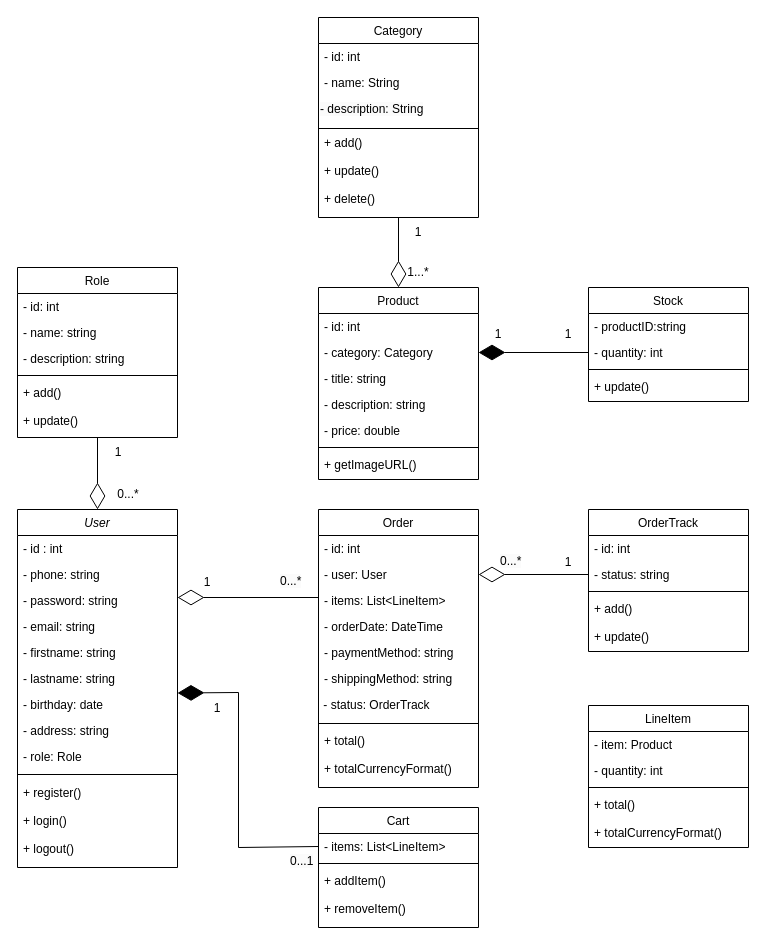
Bisoo12300/web_project_ERD keeps this draw.io diagram as WEB.drawio. Above is the earlier version. Source tidied: cells renumbered, new cells numbered last; positions are measured from the earlier drawing's top-left corner, leaving out a move shared by most shapes. Both pictures are drawn from the tidied source at 100%, with x=0, y=0 at pixel (17, 17).
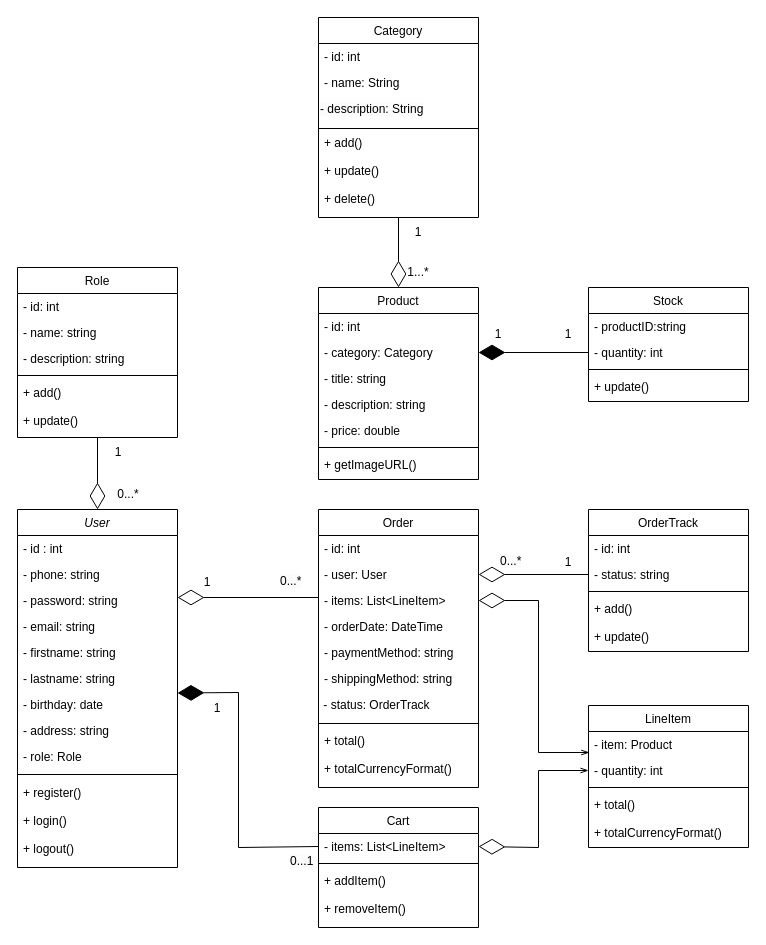
The same page after the edit.

Commit message:
Cập nhật WEB.drawio

The change refers to these unchanged cells:
```xml
<mxCell id="27" value="- items: List&lt;LineItem&gt;" style="text;align=left;verticalAlign=top;spacingLeft=4;spacingRight=4;overflow=hidden;points=[[0,0.5],[1,0.5]];portConstraint=eastwest;" parent="26" vertex="1">
  <mxGeometry y="26" width="160" height="26" as="geometry" />
</mxCell>
<mxCell id="32" value="- item: Product" style="text;align=left;verticalAlign=top;spacingLeft=4;spacingRight=4;overflow=hidden;points=[[0,0.5],[1,0.5]];portConstraint=eastwest;" parent="31" vertex="1">
  <mxGeometry y="26" width="160" height="26" as="geometry" />
</mxCell>
<mxCell id="33" value="- quantity: int" style="text;align=left;verticalAlign=top;spacingLeft=4;spacingRight=4;overflow=hidden;points=[[0,0.5],[1,0.5]];portConstraint=eastwest;" parent="31" vertex="1">
  <mxGeometry y="52" width="160" height="26" as="geometry" />
</mxCell>
<mxCell id="67" value="- items: List&lt;LineItem&gt;" style="text;align=left;verticalAlign=top;spacingLeft=4;spacingRight=4;overflow=hidden;points=[[0,0.5],[1,0.5]];portConstraint=eastwest;" parent="64" vertex="1">
  <mxGeometry y="78" width="160" height="26" as="geometry" />
</mxCell>
```

Change to the diagram source:
```diff
@@
+    <mxCell id="90" style="endArrow=diamondThin;endFill=0;endSize=24;html=1;rounded=0;entryX=1;entryY=0.5;entryDx=0;entryDy=0;exitX=0;exitY=0.5;exitDx=0;exitDy=0;startArrow=openThin;startFill=0;" parent="1" edge="1" source="33" target="27">
+      <mxGeometry relative="1" as="geometry">
+        <Array as="points">
+          <mxPoint x="521" y="753" />
+          <mxPoint x="521" y="830" />
+        </Array>
+      </mxGeometry>
+    </mxCell>
+    <mxCell id="91" style="endArrow=diamondThin;endFill=0;endSize=24;html=1;rounded=0;entryX=1;entryY=0.5;entryDx=0;entryDy=0;exitX=0.005;exitY=0.808;exitDx=0;exitDy=0;startArrow=openThin;startFill=0;exitPerimeter=0;" parent="1" edge="1" source="32" target="67">
+      <mxGeometry relative="1" as="geometry">
+        <Array as="points">
+          <mxPoint x="521" y="735" />
+          <mxPoint x="521" y="583" />
+        </Array>
+      </mxGeometry>
+    </mxCell>
```
